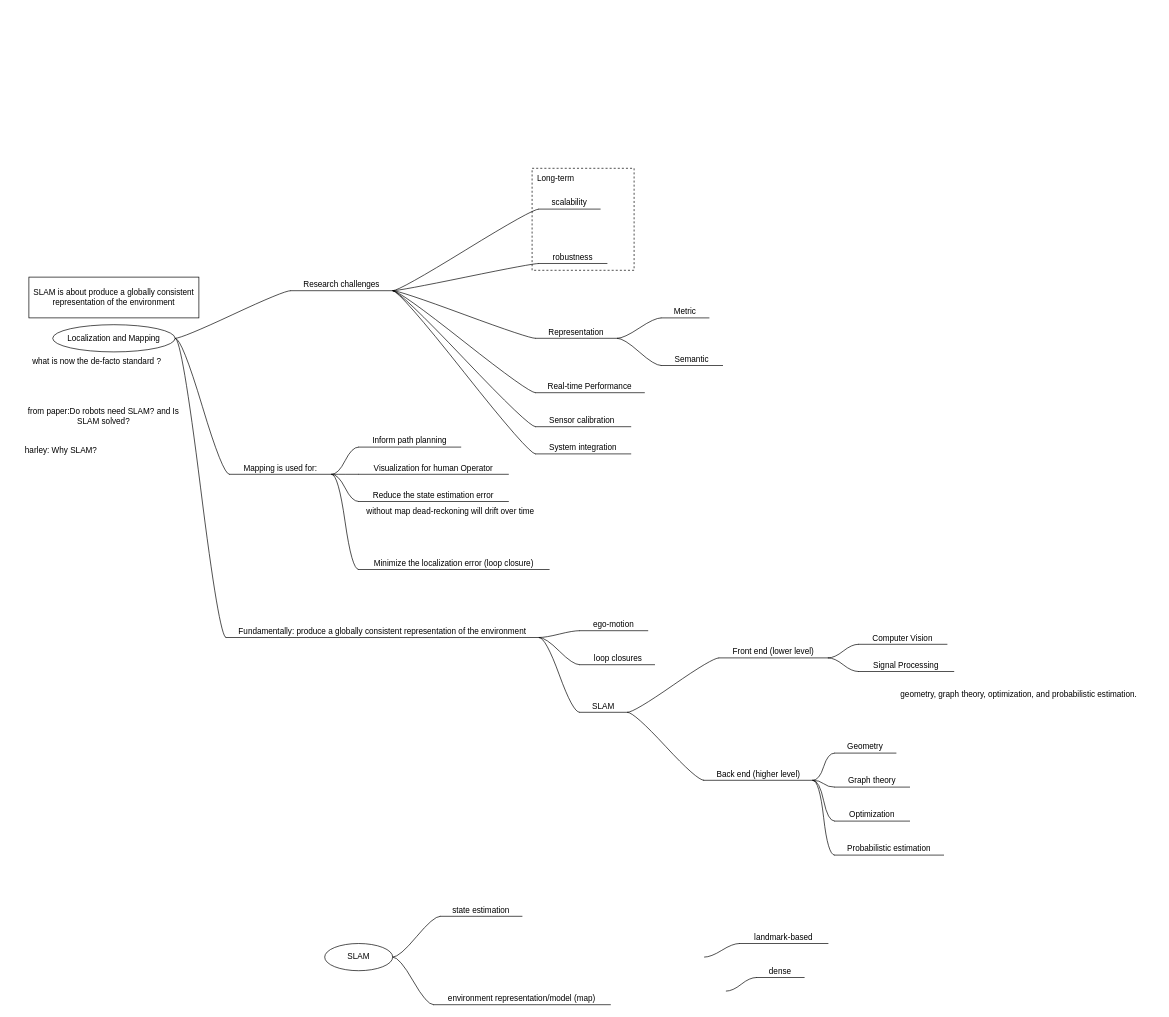
Earlier version of the draw.io diagram page "slam" (5 of 6) of research-and-develpment-feature-descriptors.drawio (harleylara/research-and-development-ws23). Source tidied: cells renumbered, new cells numbered last; positions are measured from the earlier drawing's top-left corner, leaving out a move shared by most shapes. Both pictures are drawn from the tidied source at 68%, with x=0, y=0 at pixel (18, 168).
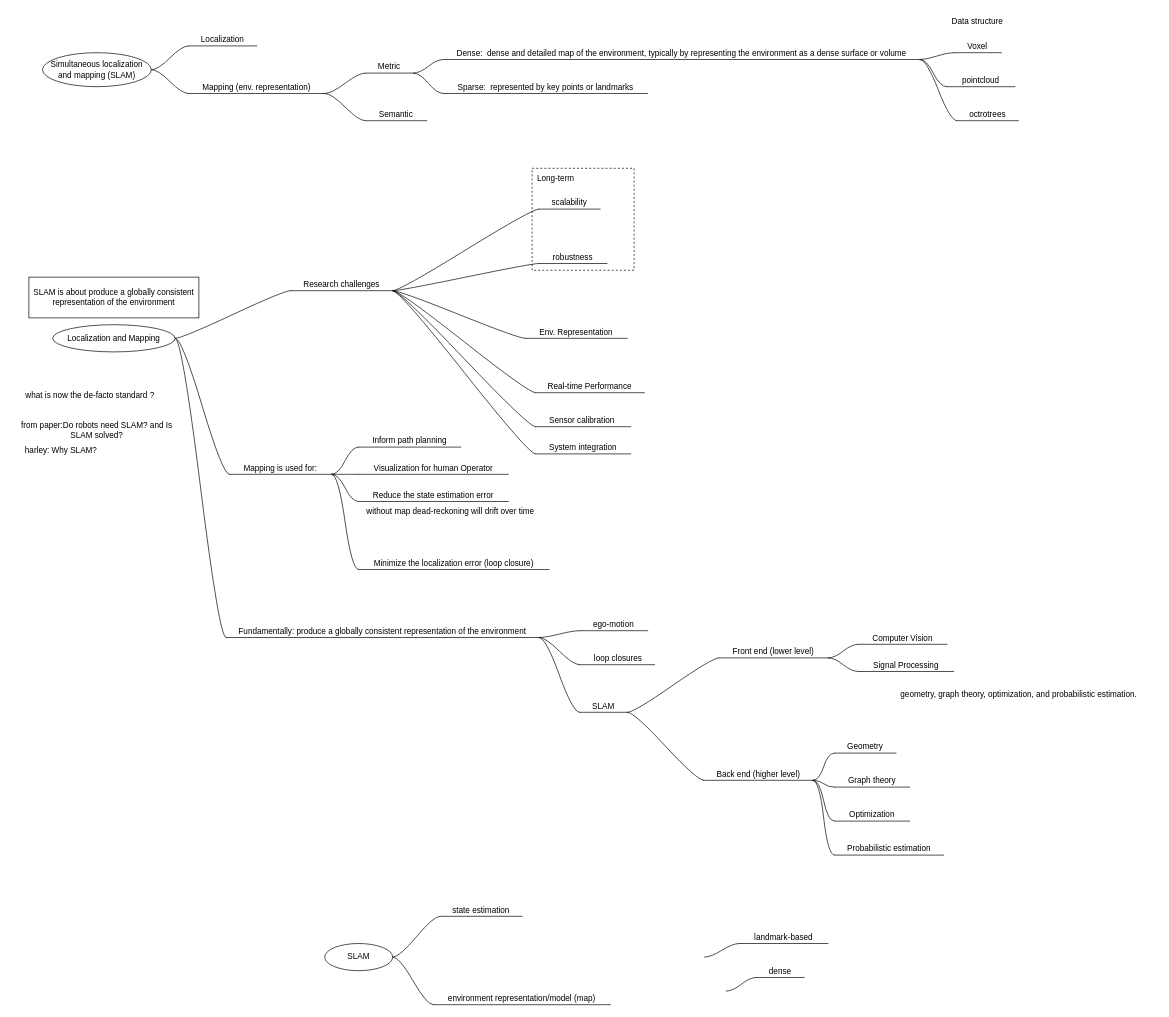
Above is the later version.

The edit, as a diff of the source:
```diff
@@
     <mxCell id="6" value="what is now the de-facto standard ?" style="text;html=1;strokeColor=none;fillColor=none;align=center;verticalAlign=middle;whiteSpace=wrap;rounded=0;" parent="1" vertex="1">
-      <mxGeometry y="270" width="230" height="30" as="geometry" />
+      <mxGeometry x="-10" y="320" width="230" height="30" as="geometry" />
     </mxCell>
@@
-    <mxCell id="10" value="Representation" style="whiteSpace=wrap;html=1;shape=partialRectangle;top=0;left=0;bottom=1;right=0;points=[[0,1],[1,1]];fillColor=none;align=center;verticalAlign=bottom;routingCenterY=0.5;snapToPoint=1;newEdgeStyle={&quot;edgeStyle&quot;:&quot;entityRelationEdgeStyle&quot;,&quot;startArrow&quot;:&quot;none&quot;,&quot;endArrow&quot;:&quot;none&quot;,&quot;segment&quot;:10,&quot;curved&quot;:1};" parent="1" vertex="1">
-      <mxGeometry x="760" y="220" width="120" height="30" as="geometry" />
+    <mxCell id="10" value="Env. Representation" style="whiteSpace=wrap;html=1;shape=partialRectangle;top=0;left=0;bottom=1;right=0;points=[[0,1],[1,1]];fillColor=none;align=center;verticalAlign=bottom;routingCenterY=0.5;snapToPoint=1;newEdgeStyle={&quot;edgeStyle&quot;:&quot;entityRelationEdgeStyle&quot;,&quot;startArrow&quot;:&quot;none&quot;,&quot;endArrow&quot;:&quot;none&quot;,&quot;segment&quot;:10,&quot;curved&quot;:1};" parent="1" vertex="1">
+      <mxGeometry x="745" y="220" width="150" height="30" as="geometry" />
     </mxCell>
@@
-    <mxCell id="12" value="Metric" style="whiteSpace=wrap;html=1;shape=partialRectangle;top=0;left=0;bottom=1;right=0;points=[[0,1],[1,1]];fillColor=none;align=center;verticalAlign=bottom;routingCenterY=0.5;snapToPoint=1;newEdgeStyle={&quot;edgeStyle&quot;:&quot;entityRelationEdgeStyle&quot;,&quot;startArrow&quot;:&quot;none&quot;,&quot;endArrow&quot;:&quot;none&quot;,&quot;segment&quot;:10,&quot;curved&quot;:1};" parent="1" vertex="1">
-      <mxGeometry x="945" y="190" width="70" height="30" as="geometry" />
-    </mxCell>
-    <mxCell id="13" style="edgeStyle=entityRelationEdgeStyle;startArrow=none;endArrow=none;segment=10;curved=1;rounded=0;exitX=1;exitY=1;exitDx=0;exitDy=0;" parent="1" edge="1" source="10" target="12">
-      <mxGeometry relative="1" as="geometry" />
-    </mxCell>
-    <mxCell id="14" value="Semantic" style="whiteSpace=wrap;html=1;shape=partialRectangle;top=0;left=0;bottom=1;right=0;points=[[0,1],[1,1]];fillColor=none;align=center;verticalAlign=bottom;routingCenterY=0.5;snapToPoint=1;newEdgeStyle={&quot;edgeStyle&quot;:&quot;entityRelationEdgeStyle&quot;,&quot;startArrow&quot;:&quot;none&quot;,&quot;endArrow&quot;:&quot;none&quot;,&quot;segment&quot;:10,&quot;curved&quot;:1};" parent="1" vertex="1">
-      <mxGeometry x="945" y="260" width="90" height="30" as="geometry" />
-    </mxCell>
-    <mxCell id="15" style="edgeStyle=entityRelationEdgeStyle;startArrow=none;endArrow=none;segment=10;curved=1;rounded=0;exitX=1;exitY=1;exitDx=0;exitDy=0;" parent="1" edge="1" source="10" target="14">
-      <mxGeometry relative="1" as="geometry" />
-    </mxCell>
@@
     <mxCell id="18" value="from paper:Do robots need SLAM? and Is SLAM solved?" style="text;html=1;strokeColor=none;fillColor=none;align=center;verticalAlign=middle;whiteSpace=wrap;rounded=0;" parent="1" vertex="1">
-      <mxGeometry y="350" width="250" height="30" as="geometry" />
+      <mxGeometry x="-10" y="370" width="250" height="30" as="geometry" />
     </mxCell>
@@
+    <mxCell id="72" value="Simultaneous localization and mapping (SLAM)" style="ellipse;whiteSpace=wrap;html=1;align=center;newEdgeStyle={&quot;edgeStyle&quot;:&quot;entityRelationEdgeStyle&quot;,&quot;startArrow&quot;:&quot;none&quot;,&quot;endArrow&quot;:&quot;none&quot;,&quot;segment&quot;:10,&quot;curved&quot;:1,&quot;sourcePerimeterSpacing&quot;:0,&quot;targetPerimeterSpacing&quot;:0};" parent="1" vertex="1">
+      <mxGeometry x="35" y="-170" width="160" height="50" as="geometry" />
+    </mxCell>
+    <mxCell id="73" value="Localization" style="whiteSpace=wrap;html=1;shape=partialRectangle;top=0;left=0;bottom=1;right=0;points=[[0,1],[1,1]];fillColor=none;align=center;verticalAlign=bottom;routingCenterY=0.5;snapToPoint=1;newEdgeStyle={&quot;edgeStyle&quot;:&quot;entityRelationEdgeStyle&quot;,&quot;startArrow&quot;:&quot;none&quot;,&quot;endArrow&quot;:&quot;none&quot;,&quot;segment&quot;:10,&quot;curved&quot;:1,&quot;sourcePerimeterSpacing&quot;:0,&quot;targetPerimeterSpacing&quot;:0};" parent="1" vertex="1">
+      <mxGeometry x="250" y="-210" width="100" height="30" as="geometry" />
+    </mxCell>
+    <mxCell id="74" style="edgeStyle=entityRelationEdgeStyle;startArrow=none;endArrow=none;segment=10;curved=1;sourcePerimeterSpacing=0;targetPerimeterSpacing=0;rounded=0;" parent="1" edge="1" source="72" target="73">
+      <mxGeometry relative="1" as="geometry" />
+    </mxCell>
+    <mxCell id="75" value="Mapping (env. representation)" style="whiteSpace=wrap;html=1;shape=partialRectangle;top=0;left=0;bottom=1;right=0;points=[[0,1],[1,1]];fillColor=none;align=center;verticalAlign=bottom;routingCenterY=0.5;snapToPoint=1;newEdgeStyle={&quot;edgeStyle&quot;:&quot;entityRelationEdgeStyle&quot;,&quot;startArrow&quot;:&quot;none&quot;,&quot;endArrow&quot;:&quot;none&quot;,&quot;segment&quot;:10,&quot;curved&quot;:1,&quot;sourcePerimeterSpacing&quot;:0,&quot;targetPerimeterSpacing&quot;:0};" parent="1" vertex="1">
+      <mxGeometry x="250" y="-140" width="200" height="30" as="geometry" />
+    </mxCell>
+    <mxCell id="76" style="edgeStyle=entityRelationEdgeStyle;startArrow=none;endArrow=none;segment=10;curved=1;sourcePerimeterSpacing=0;targetPerimeterSpacing=0;rounded=0;exitX=1;exitY=0.5;exitDx=0;exitDy=0;" parent="1" edge="1" source="72" target="75">
+      <mxGeometry relative="1" as="geometry" />
+    </mxCell>
+    <mxCell id="12" value="Metric" style="whiteSpace=wrap;html=1;shape=partialRectangle;top=0;left=0;bottom=1;right=0;points=[[0,1],[1,1]];fillColor=none;align=center;verticalAlign=bottom;routingCenterY=0.5;snapToPoint=1;newEdgeStyle={&quot;edgeStyle&quot;:&quot;entityRelationEdgeStyle&quot;,&quot;startArrow&quot;:&quot;none&quot;,&quot;endArrow&quot;:&quot;none&quot;,&quot;segment&quot;:10,&quot;curved&quot;:1};" parent="1" vertex="1">
+      <mxGeometry x="510" y="-170" width="70" height="30" as="geometry" />
+    </mxCell>
+    <mxCell id="77" style="edgeStyle=entityRelationEdgeStyle;startArrow=none;endArrow=none;segment=10;curved=1;rounded=0;exitX=1;exitY=1;exitDx=0;exitDy=0;" parent="1" edge="1" source="75" target="12">
+      <mxGeometry relative="1" as="geometry" />
+    </mxCell>
+    <mxCell id="14" value="Semantic" style="whiteSpace=wrap;html=1;shape=partialRectangle;top=0;left=0;bottom=1;right=0;points=[[0,1],[1,1]];fillColor=none;align=center;verticalAlign=bottom;routingCenterY=0.5;snapToPoint=1;newEdgeStyle={&quot;edgeStyle&quot;:&quot;entityRelationEdgeStyle&quot;,&quot;startArrow&quot;:&quot;none&quot;,&quot;endArrow&quot;:&quot;none&quot;,&quot;segment&quot;:10,&quot;curved&quot;:1};" parent="1" vertex="1">
+      <mxGeometry x="510" y="-100" width="90" height="30" as="geometry" />
+    </mxCell>
+    <mxCell id="78" style="edgeStyle=entityRelationEdgeStyle;startArrow=none;endArrow=none;segment=10;curved=1;rounded=0;exitX=1;exitY=1;exitDx=0;exitDy=0;" parent="1" edge="1" source="75" target="14">
+      <mxGeometry relative="1" as="geometry" />
+    </mxCell>
+    <mxCell id="79" value="Dense:&amp;nbsp; dense and detailed map of the environment, typically by representing the environment as a dense surface or volume" style="whiteSpace=wrap;html=1;shape=partialRectangle;top=0;left=0;bottom=1;right=0;points=[[0,1],[1,1]];fillColor=none;align=center;verticalAlign=bottom;routingCenterY=0.5;snapToPoint=1;newEdgeStyle={&quot;edgeStyle&quot;:&quot;entityRelationEdgeStyle&quot;,&quot;startArrow&quot;:&quot;none&quot;,&quot;endArrow&quot;:&quot;none&quot;,&quot;segment&quot;:10,&quot;curved&quot;:1,&quot;sourcePerimeterSpacing&quot;:0,&quot;targetPerimeterSpacing&quot;:0};" parent="1" vertex="1">
+      <mxGeometry x="625" y="-190" width="700" height="30" as="geometry" />
+    </mxCell>
+    <mxCell id="80" style="edgeStyle=entityRelationEdgeStyle;startArrow=none;endArrow=none;segment=10;curved=1;sourcePerimeterSpacing=0;targetPerimeterSpacing=0;rounded=0;exitX=1;exitY=1;exitDx=0;exitDy=0;" parent="1" edge="1" source="12" target="79">
+      <mxGeometry relative="1" as="geometry" />
+    </mxCell>
+    <mxCell id="81" value="Sparse:&amp;nbsp; represented by key points or landmarks" style="whiteSpace=wrap;html=1;shape=partialRectangle;top=0;left=0;bottom=1;right=0;points=[[0,1],[1,1]];fillColor=none;align=center;verticalAlign=bottom;routingCenterY=0.5;snapToPoint=1;newEdgeStyle={&quot;edgeStyle&quot;:&quot;entityRelationEdgeStyle&quot;,&quot;startArrow&quot;:&quot;none&quot;,&quot;endArrow&quot;:&quot;none&quot;,&quot;segment&quot;:10,&quot;curved&quot;:1,&quot;sourcePerimeterSpacing&quot;:0,&quot;targetPerimeterSpacing&quot;:0};" parent="1" vertex="1">
+      <mxGeometry x="625" y="-140" width="300" height="30" as="geometry" />
+    </mxCell>
+    <mxCell id="82" style="edgeStyle=entityRelationEdgeStyle;startArrow=none;endArrow=none;segment=10;curved=1;sourcePerimeterSpacing=0;targetPerimeterSpacing=0;rounded=0;exitX=1;exitY=1;exitDx=0;exitDy=0;" parent="1" edge="1" source="12" target="81">
+      <mxGeometry relative="1" as="geometry" />
+    </mxCell>
+    <mxCell id="83" value="Voxel" style="whiteSpace=wrap;html=1;shape=partialRectangle;top=0;left=0;bottom=1;right=0;points=[[0,1],[1,1]];fillColor=none;align=center;verticalAlign=bottom;routingCenterY=0.5;snapToPoint=1;newEdgeStyle={&quot;edgeStyle&quot;:&quot;entityRelationEdgeStyle&quot;,&quot;startArrow&quot;:&quot;none&quot;,&quot;endArrow&quot;:&quot;none&quot;,&quot;segment&quot;:10,&quot;curved&quot;:1,&quot;sourcePerimeterSpacing&quot;:0,&quot;targetPerimeterSpacing&quot;:0};" parent="1" vertex="1">
+      <mxGeometry x="1375" y="-200" width="70" height="30" as="geometry" />
+    </mxCell>
+    <mxCell id="84" style="edgeStyle=entityRelationEdgeStyle;startArrow=none;endArrow=none;segment=10;curved=1;sourcePerimeterSpacing=0;targetPerimeterSpacing=0;rounded=0;exitX=1;exitY=1;exitDx=0;exitDy=0;" parent="1" edge="1" source="79" target="83">
+      <mxGeometry relative="1" as="geometry" />
+    </mxCell>
+    <mxCell id="85" value="Data structure" style="text;html=1;strokeColor=none;fillColor=none;align=center;verticalAlign=middle;whiteSpace=wrap;rounded=0;" parent="1" vertex="1">
+      <mxGeometry x="1350" y="-230" width="120" height="30" as="geometry" />
+    </mxCell>
+    <mxCell id="86" value="pointcloud" style="whiteSpace=wrap;html=1;shape=partialRectangle;top=0;left=0;bottom=1;right=0;points=[[0,1],[1,1]];fillColor=none;align=center;verticalAlign=bottom;routingCenterY=0.5;snapToPoint=1;newEdgeStyle={&quot;edgeStyle&quot;:&quot;entityRelationEdgeStyle&quot;,&quot;startArrow&quot;:&quot;none&quot;,&quot;endArrow&quot;:&quot;none&quot;,&quot;segment&quot;:10,&quot;curved&quot;:1,&quot;sourcePerimeterSpacing&quot;:0,&quot;targetPerimeterSpacing&quot;:0};" parent="1" vertex="1">
+      <mxGeometry x="1365" y="-150" width="100" height="30" as="geometry" />
+    </mxCell>
+    <mxCell id="87" style="edgeStyle=entityRelationEdgeStyle;startArrow=none;endArrow=none;segment=10;curved=1;sourcePerimeterSpacing=0;targetPerimeterSpacing=0;rounded=0;exitX=1;exitY=1;exitDx=0;exitDy=0;" parent="1" edge="1" source="79" target="86">
+      <mxGeometry relative="1" as="geometry" />
+    </mxCell>
+    <mxCell id="88" value="octrotrees" style="whiteSpace=wrap;html=1;shape=partialRectangle;top=0;left=0;bottom=1;right=0;points=[[0,1],[1,1]];fillColor=none;align=center;verticalAlign=bottom;routingCenterY=0.5;snapToPoint=1;newEdgeStyle={&quot;edgeStyle&quot;:&quot;entityRelationEdgeStyle&quot;,&quot;startArrow&quot;:&quot;none&quot;,&quot;endArrow&quot;:&quot;none&quot;,&quot;segment&quot;:10,&quot;curved&quot;:1,&quot;sourcePerimeterSpacing&quot;:0,&quot;targetPerimeterSpacing&quot;:0};" parent="1" vertex="1">
+      <mxGeometry x="1380" y="-100" width="90" height="30" as="geometry" />
+    </mxCell>
+    <mxCell id="89" style="edgeStyle=entityRelationEdgeStyle;startArrow=none;endArrow=none;segment=10;curved=1;sourcePerimeterSpacing=0;targetPerimeterSpacing=0;rounded=0;exitX=1;exitY=1;exitDx=0;exitDy=0;" parent="1" edge="1" source="79" target="88">
+      <mxGeometry relative="1" as="geometry" />
+    </mxCell>
```
